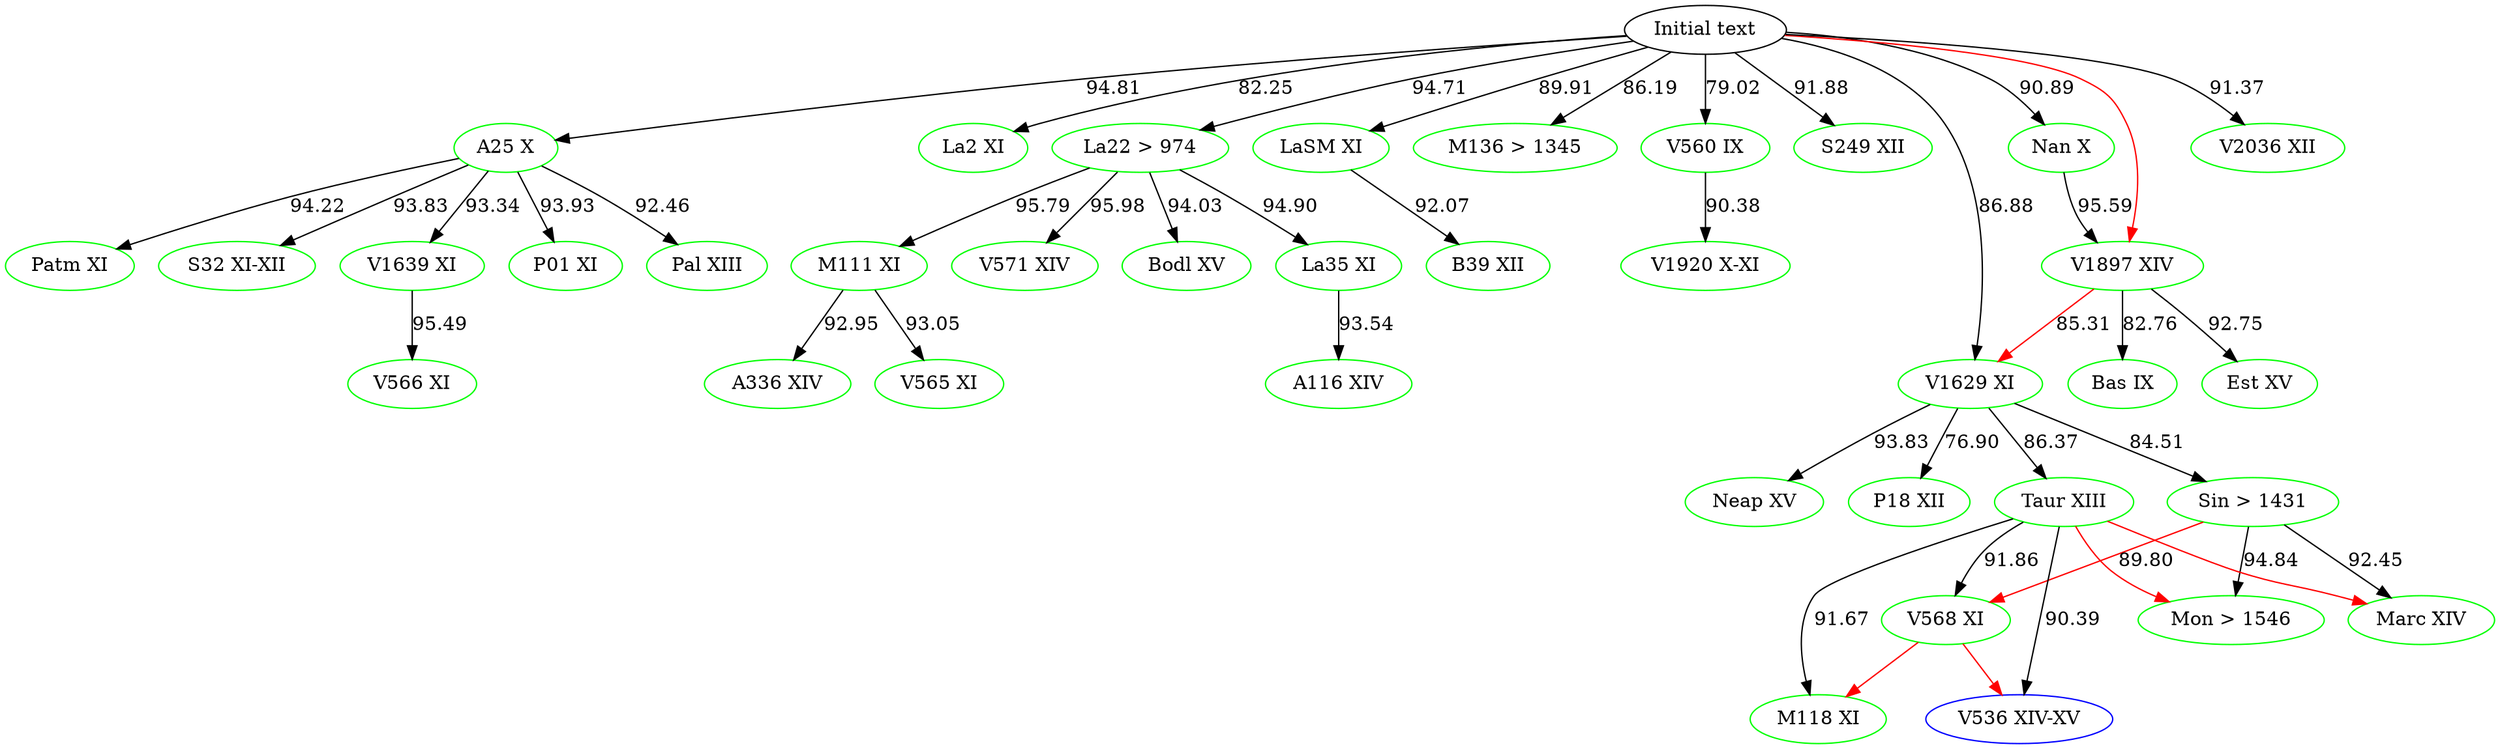
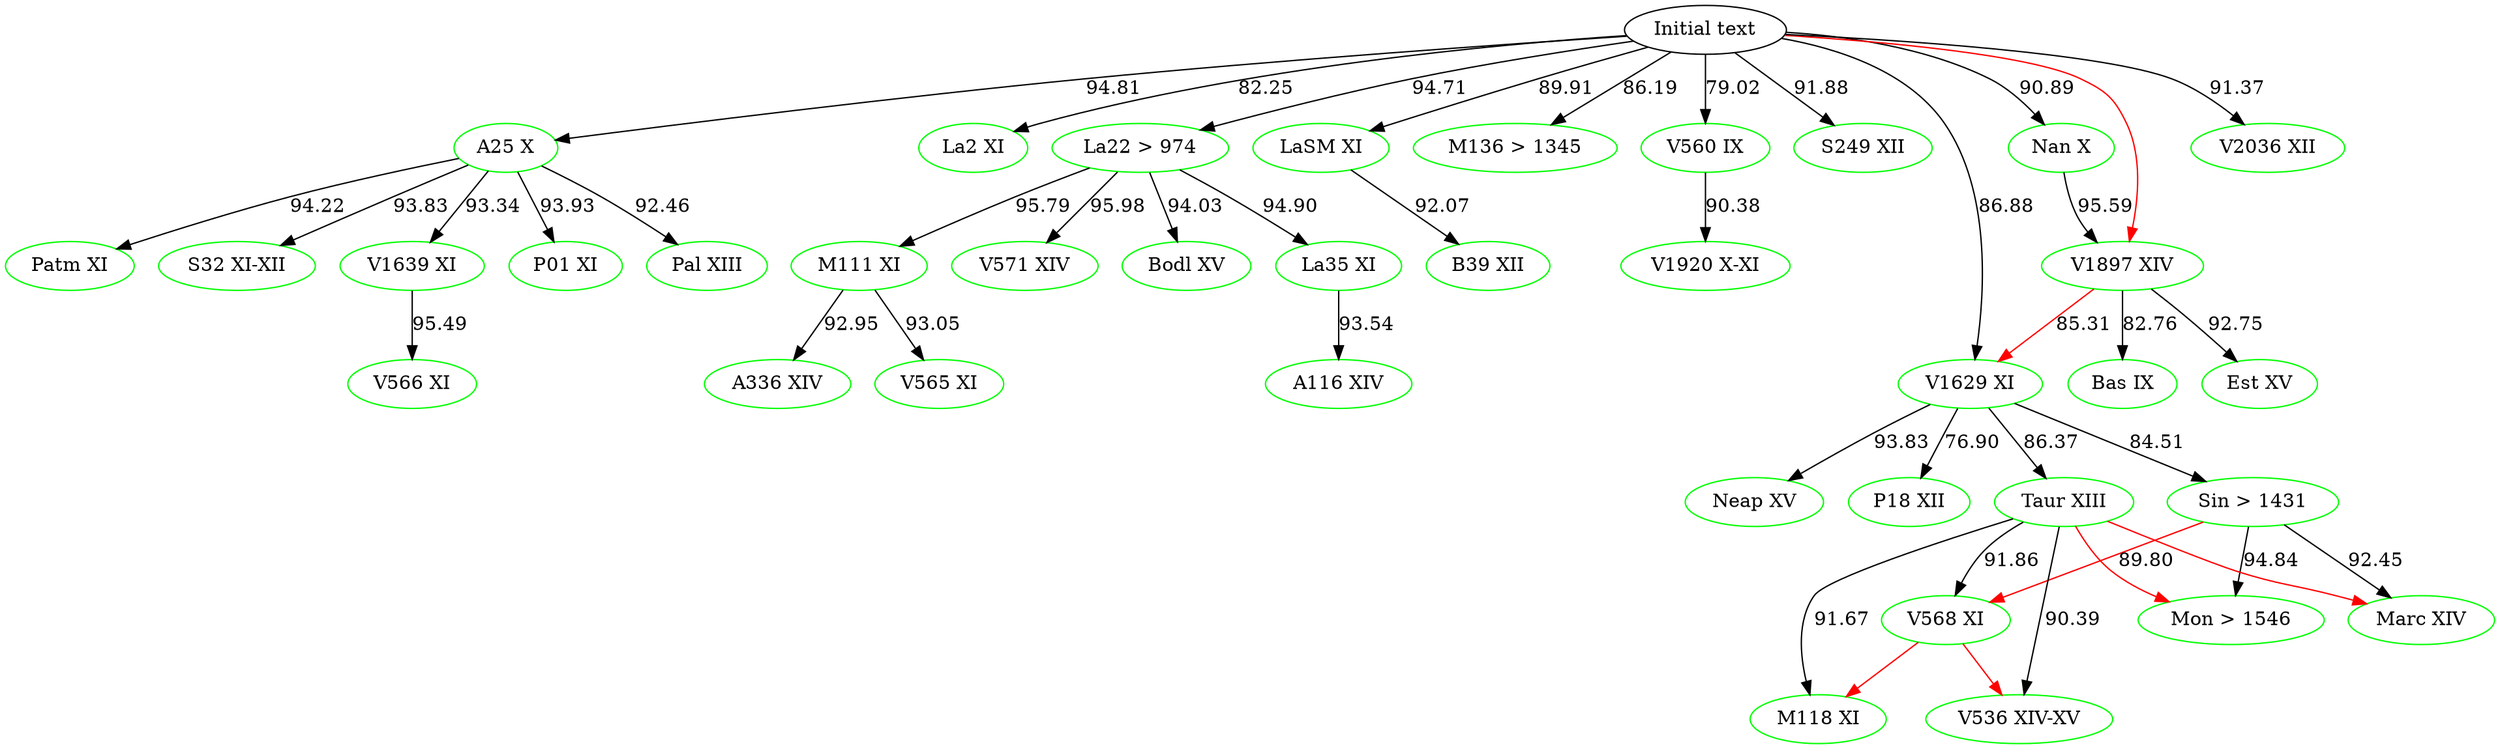
digraph {

    #Top [color="black", label="ω"]
    aBase [color="black", label="Initial text"]
    # Top [color="black", label="Initial text"]
	A116 [label="A116 XIV", color="green"]
	A25 [label="A25 X", color="green"]
	A336 [label="A336 XIV", color="green"]
	B39 [label="B39 XII", color="green"]
	Bas [label="Bas IX", color="green"]
	Bodl [label="Bodl XV", color="green"]
	Est [label="Est XV", color="green"]
	La2 [label="La2 XI", color="green"]
	La22 [label="La22 > 974", color="green"]
	La35 [label="La35 XI", color="green"]
	LaSM [label="LaSM XI", color="green"]
	M111 [label="M111 XI", color="green"]
    M118 [label="M118 XI", color="green"]
    M136 [label="M136 > 1345", color="green"]
    Marc [label="Marc XIV", color="green"]
    Mon [label="Mon > 1546", color="green"]
	Nan [label="Nan X", color="green"]
    Neap [label="Neap XV", color="green"]
    P01 [label="P01 XI", color="green"]
    P18 [label="P18 XII", color="green"]
	Pal [label="Pal XIII", color="green"]
	Patm [label="Patm XI", color="green"]
    Sin [label="Sin > 1431", color="green"]
	S32 [label="S32 XI-XII", color="green"]
    S249 [label="S249 XII", color="green"]
    Taur [label="Taur XIII", color="green"]
-     V536 [label="V536 XIV-XV", color="blue"]
+     V536 [label="V536 XIV-XV", color="green"]
	V560 [label="V560 IX", color="green"]
	V565 [label="V565 XI", color="green"]
	V566 [label="V566 XI", color="green"]
	V568 [label="V568 XI", color="green"]
	V571 [label="V571 XIV", color="green"]
    V1629 [label="V1629 XI", color="green"]
	V1639 [label="V1639 XI", color="green"]
	V1897 [label="V1897 XIV", color="green"]
	V1920 [label="V1920 X-XI", color="green"]
    V2036 [label="V2036 XII", color="green"]




    #Top -> aBase
    aBase -> A25 [label="94.81"]
    aBase -> M136 [label="86.19"]
    aBase -> V2036 [label="91.37"]
    # V2036 -> Patm [label="91.14", color="blue"]
    aBase -> V1629 [label="86.88"]
    aBase -> V560[label="79.02"]
    aBase -> La2 [label="82.25"]
    aBase -> S249 [label="91.88"]
    aBase -> LaSM [label="89.91"]
	aBase -> La22 [label="94.71"]
    aBase -> Nan [label="90.89"]

	# A25 -> M136 [label="85.50"]
    # M136 -> A25 [label="85.50" color="blue"]
	A25 -> Pal [label="92.46"]
	A25 -> P01 [label="93.93"]
    A25 -> V1639 [label="93.34"]
    A25 -> S32 [label="93.83"]
    A25 -> Patm [label="94.22"]

    #A25 -> La2 [color="red"]
    #A25 -> V566[color="red"]
    #A25 -> LaSM[color="red"]
    #A25 -> La22[color="red"]
    #A25 -> M136[color="red"]
    #A25 -> Nan[color="red"]
    #A25 -> S249[color="red"]
    #A25 -> V2036[color="red"]

    #aBase -> P01 [color="red"]
    #aBase -> Pal [color="red"]
    #aBase -> Patm [color="red"]
    #aBase -> La35[color="red"]
    #aBase -> B39[color="red"]
    #aBase -> V1920[color="red"]
    aBase -> V1897[color="red"]
    #aBase -> Neap[color="red"]

    #Bodl -> V1639[color="red"]
    #Patm -> S32[color="red"]
    #Patm -> V560[color="red"]

    #La22 -> A116[color="red"]
    #La22 -> V565[color="red"]
    #La22 -> A336[color="red"]

    Taur -> Mon[color="red"]
    Taur -> Marc[color="red"]

    Sin -> V568[label="89.80" color="red"]

    V568 -> V536[color="red"]
    V568 -> M118[color="red"]

    #V571 -> Bodl[color="red"]
    #M111 -> V571[color="red"]
    #La35 -> M111[color="red"]
    V1897 -> V1629[label="85.31" color="red"]
    #Nan -> Bas[color="red"]
    #Nan -> Est[color="red"]
    #Neap -> Taur[color="red"]
    #Neap -> Sin[color="red"]
   #Neap -> P18[color="red"]




	V1639 -> V566 [label="95.49"]

	La22 -> La35 [label= "94.90"]
	La22 -> M111 [label="95.79"]
	La22 -> Bodl [label="94.03"]
    La22 -> V571 [label="95.98"]

	La35 -> A116 [label="93.54"]

	M111 -> V565 [label="93.05"]
	M111 -> A336 [label="92.95"]



	Sin -> Marc [label="92.45"]

	V1629 -> Neap [label="93.83"]
	V1629 -> Sin [label="84.51"]
	V1629 -> Taur [label="86.37"]
    V1629 -> P18 [label="76.90"]

	Taur -> V568 [label="91.86"]
	Taur -> M118 [label="91.67"]
	Taur -> V536 [label="90.39"]
    # Taur -> Marc [color="blue" label="91.96"]
    # Marc -> Mon [color="blue" label="94.12"]
	Sin -> Mon [label="94.84"]

	V560 -> V1920 [label="90.38"]

	V1897 -> Est [label="92.75"]
    V1897 -> Bas [label="82.76"]

    Nan -> V1897 [label="95.59"]



    LaSM -> B39 [label="92.07"]



}

